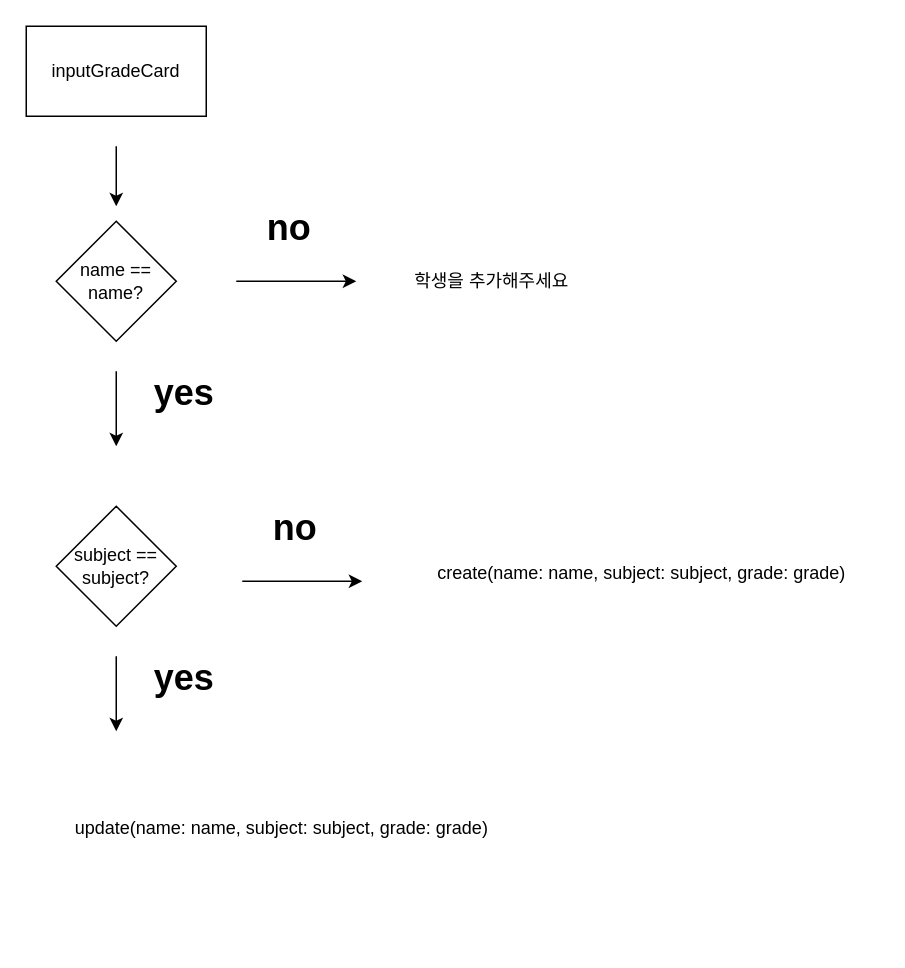
Above: PhoneBookManager/제목 없는 다이어그램.drawio in tasty-code/ios-contact-manager-ui (draw.io), before the change. Source tidied: cells renumbered, new cells numbered last; positions are measured from the earlier drawing's top-left corner, leaving out a move shared by most shapes. Both pictures are drawn from the tidied source at 150%, with x=0, y=0 at pixel (26, 26).
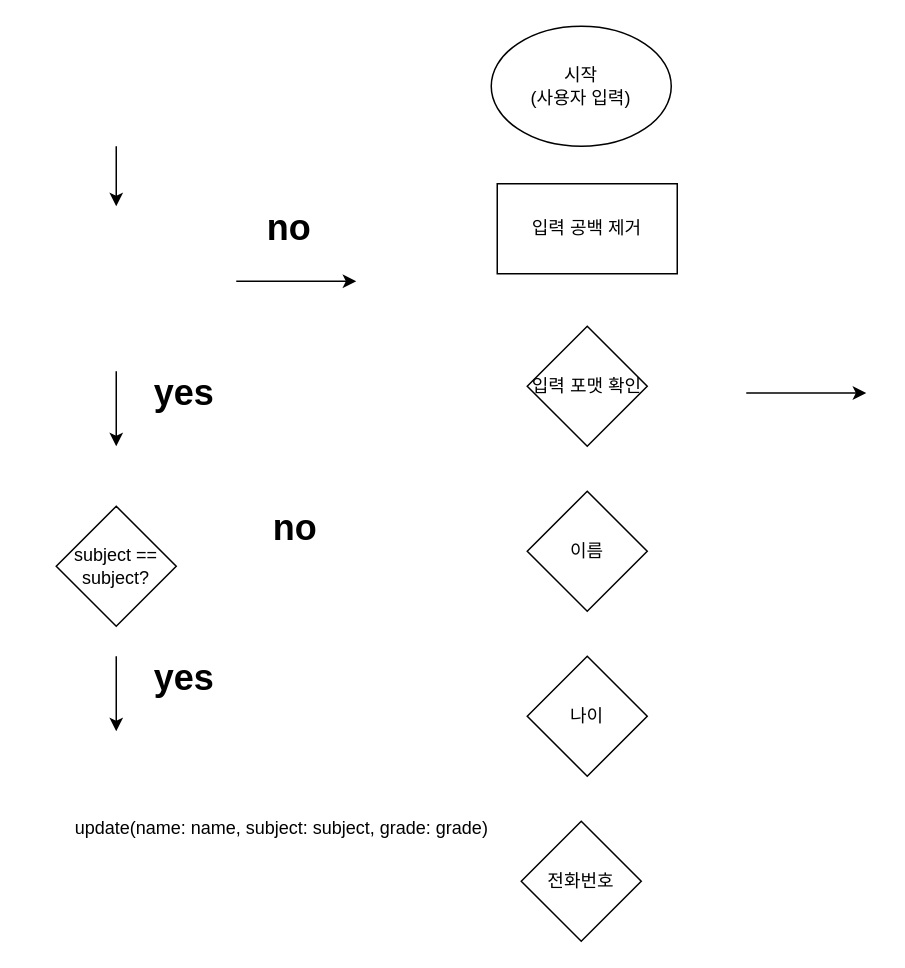
The same diagram, later.

Commit message:
순서도 업데이트

Change to the diagram source:
```diff
@@
-    <mxCell id="2" value="inputGradeCard" style="rounded=0;whiteSpace=wrap;html=1;" parent="1" vertex="1">
-      <mxGeometry width="120" height="60" as="geometry" />
-    </mxCell>
-    <mxCell id="3" value="name == name?" style="rhombus;whiteSpace=wrap;html=1;" parent="1" vertex="1">
-      <mxGeometry x="20" y="130" width="80" height="80" as="geometry" />
+    <mxCell id="3" value="입력 포맷 확인" style="rhombus;whiteSpace=wrap;html=1;" parent="1" vertex="1">
+      <mxGeometry x="334" y="200" width="80" height="80" as="geometry" />
     </mxCell>
@@
-    <mxCell id="12" value="학생을 추가해주세요" style="text;html=1;align=center;verticalAlign=middle;strokeColor=none;fillColor=none;" parent="1" vertex="1">
-      <mxGeometry x="250" y="155" width="120" height="30" as="geometry" />
-    </mxCell>
     <mxCell id="13" style="endArrow=classic;html=1;rounded=0;" parent="1" edge="1">
       <mxGeometry relative="1" as="geometry">
-        <mxPoint x="144" y="370" as="sourcePoint" />
-        <mxPoint x="224" y="370" as="targetPoint" />
+        <mxPoint x="480" y="244.5" as="sourcePoint" />
+        <mxPoint x="560" y="244.5" as="targetPoint" />
       </mxGeometry>
     </mxCell>
@@
-    <mxCell id="15" value="create(name: name, subject: subject, grade: grade)" style="text;html=1;align=center;verticalAlign=middle;strokeColor=none;fillColor=none;" parent="1" vertex="1">
-      <mxGeometry x="260" y="350" width="300" height="30" as="geometry" />
-    </mxCell>
@@
+    <mxCell id="17" value="시작&lt;br&gt;(사용자 입력)" style="ellipse;whiteSpace=wrap;html=1;flipV=1;" parent="1" vertex="1">
+      <mxGeometry x="310" width="120" height="80" as="geometry" />
+    </mxCell>
+    <mxCell id="18" value="입력 공백 제거" style="rounded=0;whiteSpace=wrap;html=1;" parent="1" vertex="1">
+      <mxGeometry x="314" y="105" width="120" height="60" as="geometry" />
+    </mxCell>
+    <mxCell id="19" value="이름" style="rhombus;whiteSpace=wrap;html=1;" parent="1" vertex="1">
+      <mxGeometry x="334" y="310" width="80" height="80" as="geometry" />
+    </mxCell>
+    <mxCell id="20" value="나이" style="rhombus;whiteSpace=wrap;html=1;" parent="1" vertex="1">
+      <mxGeometry x="334" y="420" width="80" height="80" as="geometry" />
+    </mxCell>
+    <mxCell id="21" value="전화번호" style="rhombus;whiteSpace=wrap;html=1;" parent="1" vertex="1">
+      <mxGeometry x="330" y="530" width="80" height="80" as="geometry" />
+    </mxCell>
```
